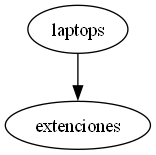
SaMuEl23PaJoC23/proyecto1_EDD_2S_Diciembre keeps this Graphviz diagram as Proyecto1/AVL.png. Above is the earlier version. Its source is kept beside it as Proyecto1/AVL.dot.
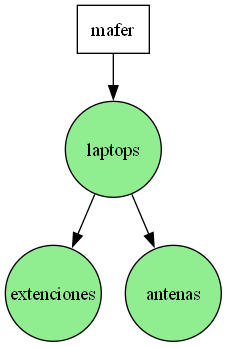
Later version of the same file.

Diff of the diagram source:
```diff
@@ -1,5 +1,9 @@
- digraph G{
-NodoAVL0x23e011f5e30[label = "laptops"]
-NodoAVL0x23e011f5e30->NodoAVL0x23e011f5410
-NodoAVL0x23e011f5410[label = "extenciones"]
+ digraph AVLTree{
+root [shape=box, label="mafer"];
+root->NodoAVL0x18f2451e820;
+NodoAVL0x18f2451e820[shape=circle, label = "laptops", style=filled, fillcolor=lightgreen, width=1.0, height=1.0, fixedsize=true];
+NodoAVL0x18f2451e820->NodoAVL0x18f2451e550;
+NodoAVL0x18f2451e820->NodoAVL0x18f2451e9d0;
+NodoAVL0x18f2451e550[shape=circle, label = "extenciones", style=filled, fillcolor=lightgreen, width=1.0, height=1.0, fixedsize=true];
+NodoAVL0x18f2451e9d0[shape=circle, label = "antenas", style=filled, fillcolor=lightgreen, width=1.0, height=1.0, fixedsize=true];
 }
```
